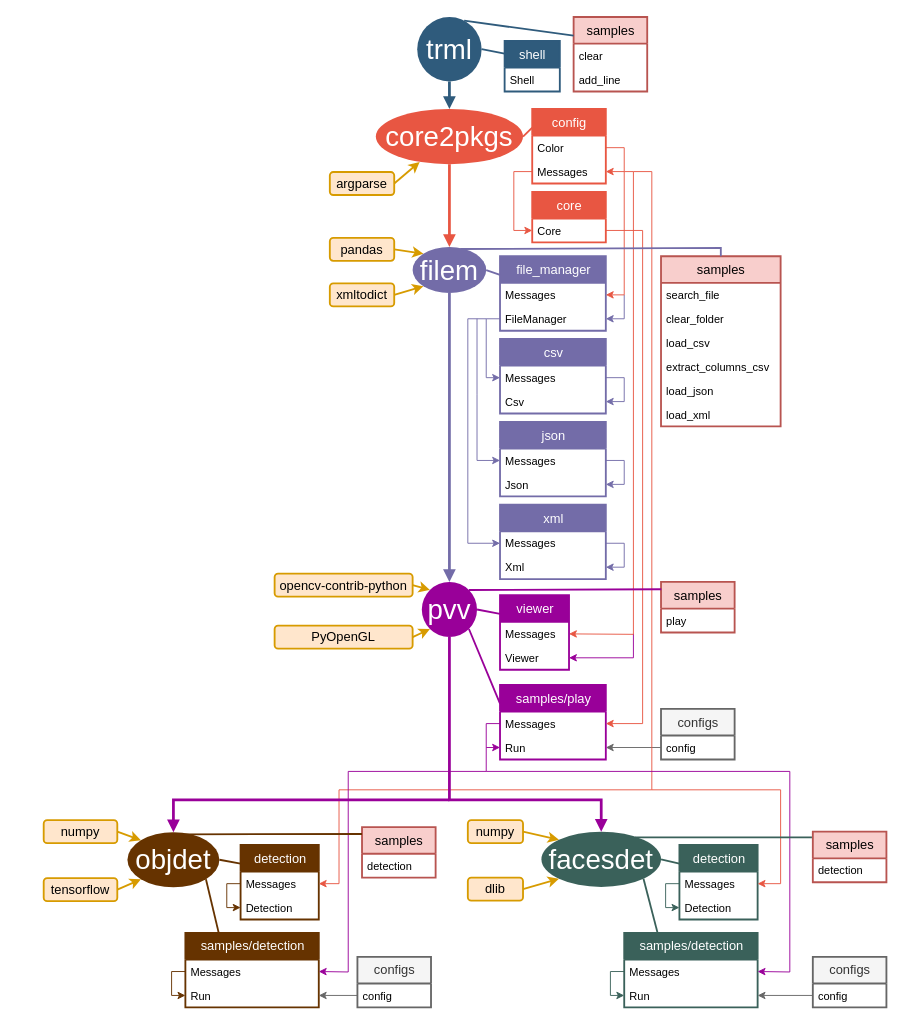
Above: Package_tree.drawio in DmitryRyumin/pkgs (draw.io), before the change. Source tidied: cells renumbered, new cells numbered last; positions are measured from the earlier drawing's top-left corner, leaving out a move shared by most shapes. Both pictures are drawn from the tidied source at 92%, with x=0, y=0 at pixel (43, 17).
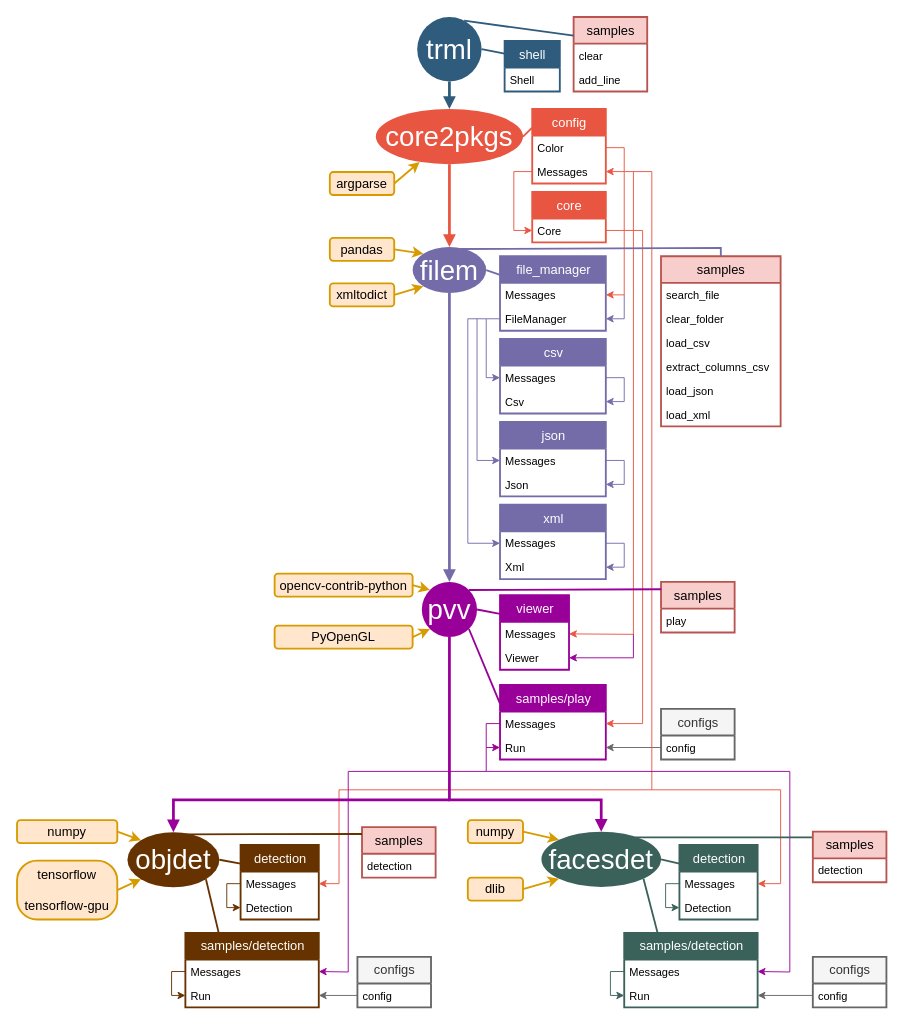
Above is the later version.

Diff of the diagram source:
```diff
@@
     <mxCell id="124" value="numpy" style="rounded=1;whiteSpace=wrap;html=1;shadow=0;glass=0;comic=0;strokeColor=#d79b00;strokeWidth=2;fillColor=#ffe6cc;fontSize=14;align=center;" parent="1" vertex="1">
-      <mxGeometry y="873" width="80" height="25" as="geometry" />
+      <mxGeometry x="-29" y="873" width="109" height="25" as="geometry" />
     </mxCell>
@@
-    <mxCell id="126" value="tensorflow" style="rounded=1;whiteSpace=wrap;html=1;shadow=0;glass=0;comic=0;strokeColor=#d79b00;strokeWidth=2;fillColor=#ffe6cc;fontSize=14;align=center;" parent="1" vertex="1">
-      <mxGeometry y="936" width="80" height="25" as="geometry" />
+    <mxCell id="126" value="tensorflow&lt;br&gt;&lt;br&gt;tensorflow-gpu" style="rounded=1;whiteSpace=wrap;html=1;shadow=0;glass=0;comic=0;strokeColor=#d79b00;strokeWidth=2;fillColor=#ffe6cc;fontSize=14;align=center;arcSize=34;" parent="1" vertex="1">
+      <mxGeometry x="-29" y="917" width="109" height="64" as="geometry" />
     </mxCell>
```
